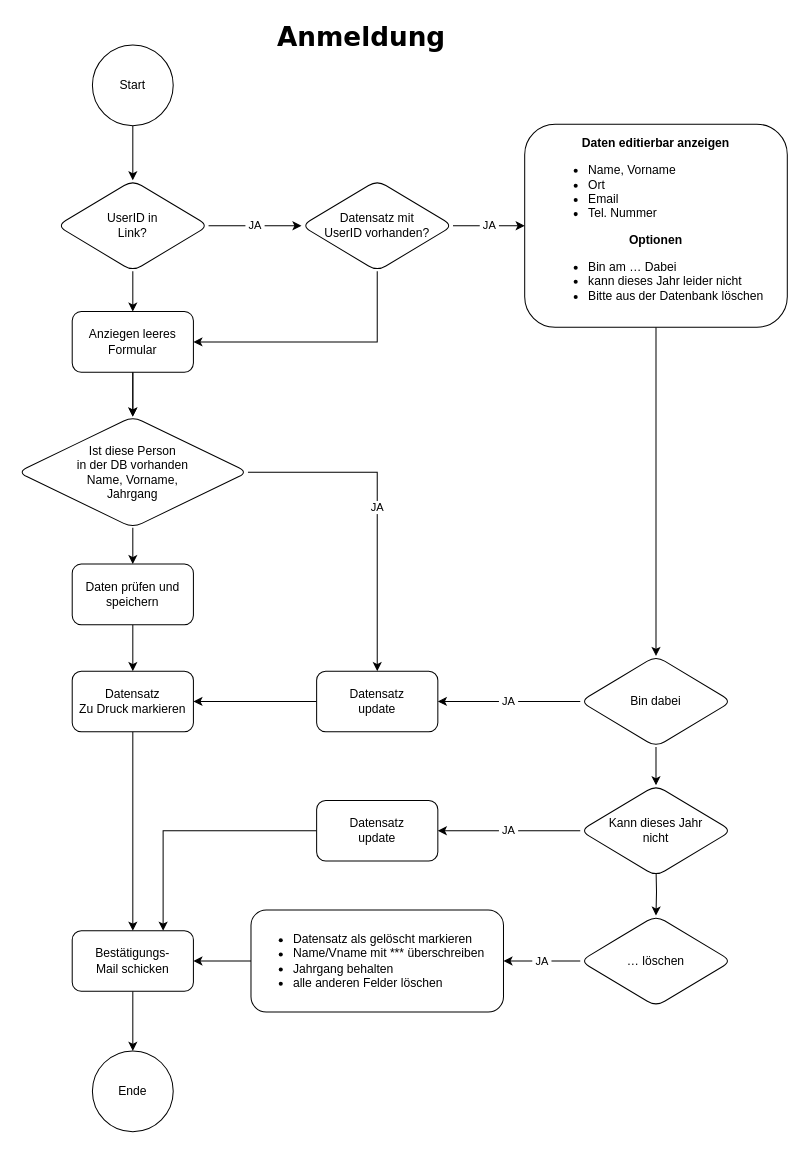
The draw.io diagram page "Anmeldung" (2 of 7) of docs/drawio/SJ_Diagramme.drawio in fPBunxGKv/sj-github, before the edit. Source tidied: cells renumbered, new cells numbered last; positions are measured from the earlier drawing's top-left corner, leaving out a move shared by most shapes. Both pictures are drawn from the tidied source at 101%, with x=0, y=0 at pixel (17, 17).
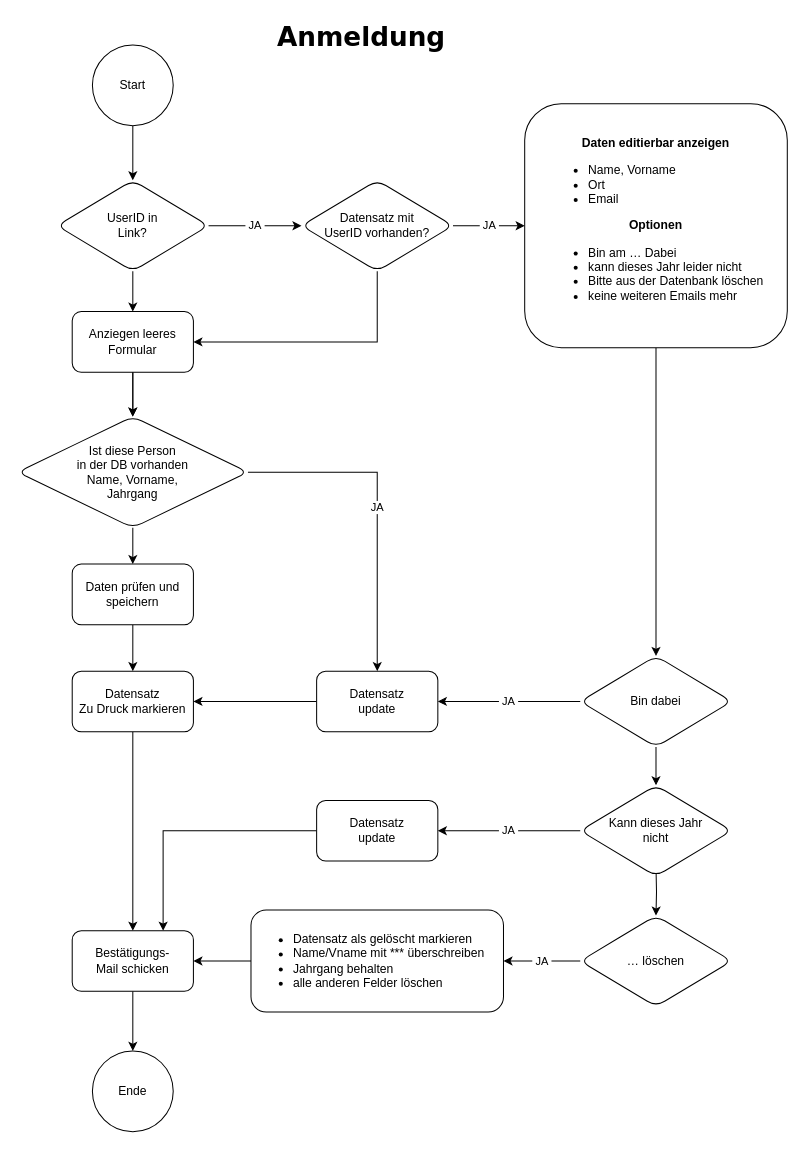
After the change.

Change to the diagram source:
```diff
@@
-    <mxCell id="3" value="&lt;b&gt;Daten editierbar anzeigen&lt;br&gt;&lt;/b&gt;&lt;ul&gt;&lt;li style=&quot;text-align: left;&quot;&gt;Name, Vorname&lt;/li&gt;&lt;li style=&quot;text-align: left;&quot;&gt;Ort &lt;/li&gt;&lt;li style=&quot;text-align: left;&quot;&gt;Email&lt;/li&gt;&lt;li style=&quot;text-align: left;&quot;&gt;Tel. Nummer&lt;/li&gt;&lt;/ul&gt;&lt;b&gt;Optionen&lt;/b&gt;&lt;br&gt;&lt;ul&gt;&lt;li style=&quot;text-align: left;&quot;&gt;Bin am … Dabei&lt;/li&gt;&lt;li style=&quot;text-align: left;&quot;&gt;kann dieses Jahr leider nicht&lt;/li&gt;&lt;li style=&quot;text-align: left;&quot;&gt;Bitte aus der Datenbank löschen&lt;/li&gt;&lt;/ul&gt;" style="rounded=1;whiteSpace=wrap;html=1;" parent="1" vertex="1">
-      <mxGeometry x="502" y="105.5" width="260" height="201" as="geometry" />
+    <mxCell id="3" value="&lt;b&gt;Daten editierbar anzeigen&lt;br&gt;&lt;/b&gt;&lt;ul&gt;&lt;li style=&quot;text-align: left;&quot;&gt;Name, Vorname&lt;/li&gt;&lt;li style=&quot;text-align: left;&quot;&gt;Ort &lt;/li&gt;&lt;li style=&quot;text-align: left;&quot;&gt;Email&lt;/li&gt;&lt;/ul&gt;&lt;b&gt;Optionen&lt;/b&gt;&lt;br&gt;&lt;ul&gt;&lt;li style=&quot;text-align: left;&quot;&gt;Bin am … Dabei&lt;/li&gt;&lt;li style=&quot;text-align: left;&quot;&gt;kann dieses Jahr leider nicht&lt;/li&gt;&lt;li style=&quot;text-align: left;&quot;&gt;Bitte aus der Datenbank löschen&lt;/li&gt;&lt;li style=&quot;text-align: left;&quot;&gt;keine weiteren Emails mehr&lt;/li&gt;&lt;/ul&gt;" style="rounded=1;whiteSpace=wrap;html=1;" parent="1" vertex="1">
+      <mxGeometry x="502" y="85.2" width="260" height="241.5" as="geometry" />
     </mxCell>
```
